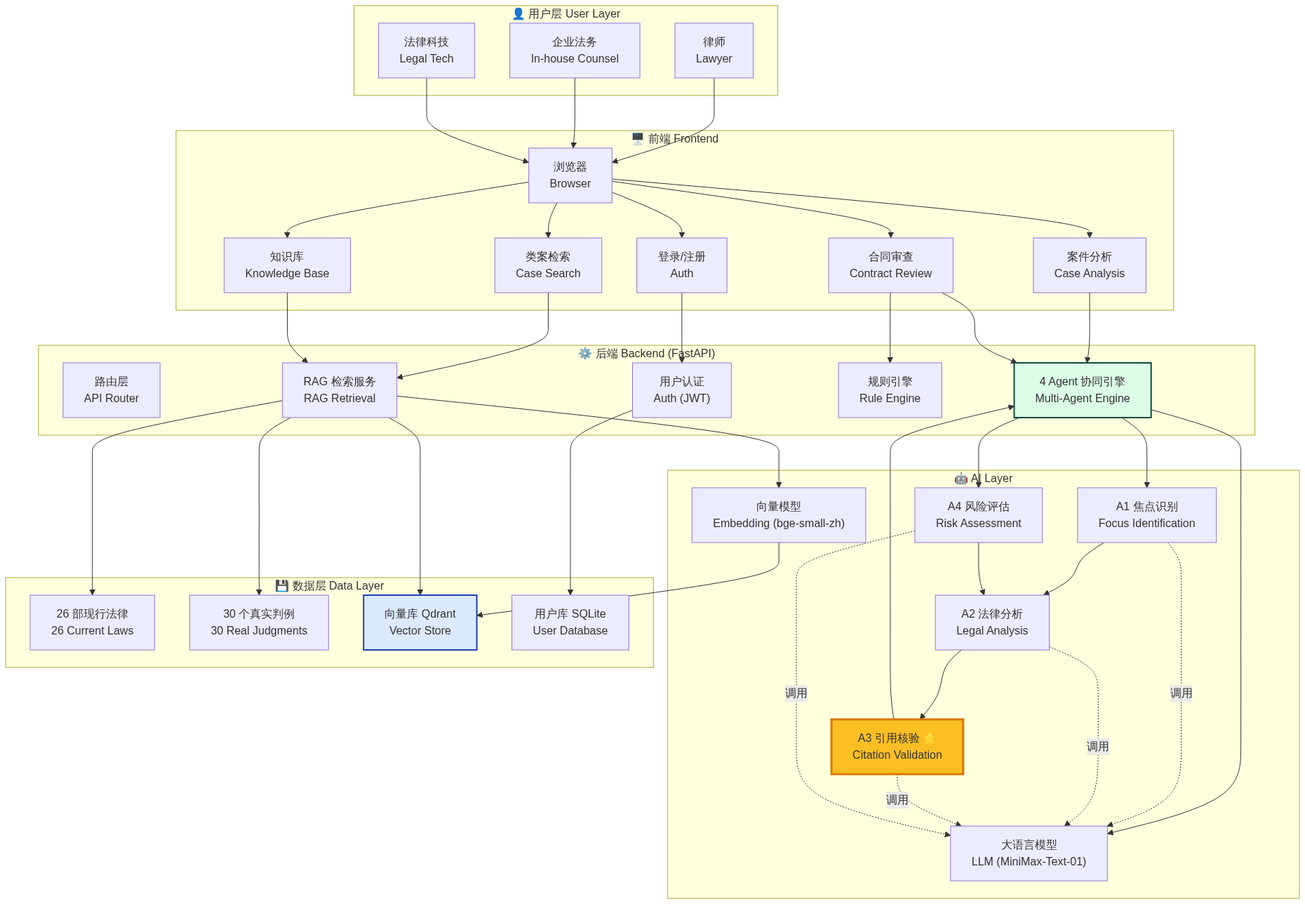
Before: docs/diagrams/png/01_overview_cn.png, a diagram exported from Mermaid (A-yiren/legal-lens). Its source is kept beside it as docs/diagrams/01_overview_cn.mmd. Its diagram source:
```mermaid
flowchart TB
    subgraph 用户层 ["👤 用户层 User Layer"]
        U1["律师<br/>Lawyer"]
        U2["企业法务<br/>In-house Counsel"]
        U3["法律科技<br/>Legal Tech"]
    end

    subgraph 前端层 ["🖥️ 前端 Frontend"]
        F1["浏览器<br/>Browser"]
        F2["登录/注册<br/>Auth"]
        F3["案件分析<br/>Case Analysis"]
        F4["类案检索<br/>Case Search"]
        F5["合同审查<br/>Contract Review"]
        F6["知识库<br/>Knowledge Base"]
    end

    subgraph 后端层 ["⚙️ 后端 Backend (FastAPI)"]
        B1["路由层<br/>API Router"]
        B2["4 Agent 协同引擎<br/>Multi-Agent Engine"]
        B3["RAG 检索服务<br/>RAG Retrieval"]
        B4["规则引擎<br/>Rule Engine"]
        B5["用户认证<br/>Auth (JWT)"]
    end

    subgraph AI 层 ["🤖 AI Layer"]
        A1["A1 焦点识别<br/>Focus Identification"]
        A2["A2 法律分析<br/>Legal Analysis"]
        A3["A3 引用核验 ⭐<br/>Citation Validation"]
        A4["A4 风险评估<br/>Risk Assessment"]
        LLM["大语言模型<br/>LLM (MiniMax-Text-01)"]
        EMB["向量模型<br/>Embedding (bge-small-zh)"]
    end

    subgraph 数据层 ["💾 数据层 Data Layer"]
        D1["26 部现行法律<br/>26 Current Laws"]
        D2["30 个真实判例<br/>30 Real Judgments"]
        D3["向量库 Qdrant<br/>Vector Store"]
        D4["用户库 SQLite<br/>User Database"]
    end

    U1 & U2 & U3 --> F1
    F1 --> F2
    F1 --> F3 & F4 & F5 & F6
    F2 --> B5
    F3 --> B2
    F4 --> B3
    F5 --> B2 & B4
    F6 --> B3

    B2 --> A1 & A4
    A1 & A4 --> A2
    A2 --> A3
    A3 --> B2

    B2 --> LLM
    A1 & A2 & A3 & A4 -.调用.-> LLM
    B3 --> EMB
    EMB --> D3
    B3 --> D3
    B3 --> D1 & D2
    B5 --> D4

    style A3 fill:#fbbf24,stroke:#d97706,stroke-width:3px
    style B2 fill:#dcfce7,stroke:#0c4a3e,stroke-width:2px
    style D3 fill:#dbeafe,stroke:#1e40af,stroke-width:2px
```
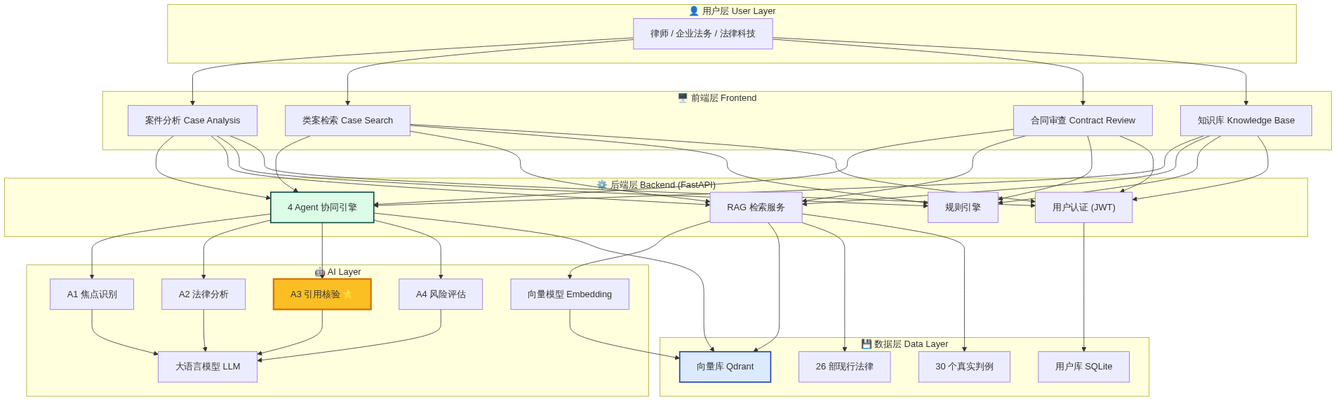
After the change.

What changed in the source:
```diff
@@ -1,65 +1,48 @@
 flowchart TB
     subgraph 用户层 ["👤 用户层 User Layer"]
-        U1["律师<br/>Lawyer"]
-        U2["企业法务<br/>In-house Counsel"]
-        U3["法律科技<br/>Legal Tech"]
+        U["律师 / 企业法务 / 法律科技"]
     end
 
-    subgraph 前端层 ["🖥️ 前端 Frontend"]
-        F1["浏览器<br/>Browser"]
-        F2["登录/注册<br/>Auth"]
-        F3["案件分析<br/>Case Analysis"]
-        F4["类案检索<br/>Case Search"]
-        F5["合同审查<br/>Contract Review"]
-        F6["知识库<br/>Knowledge Base"]
+    subgraph 前端层 ["🖥️ 前端层 Frontend"]
+        F1["案件分析 Case Analysis"]
+        F2["类案检索 Case Search"]
+        F3["合同审查 Contract Review"]
+        F4["知识库 Knowledge Base"]
     end
 
-    subgraph 后端层 ["⚙️ 后端 Backend (FastAPI)"]
-        B1["路由层<br/>API Router"]
-        B2["4 Agent 协同引擎<br/>Multi-Agent Engine"]
-        B3["RAG 检索服务<br/>RAG Retrieval"]
-        B4["规则引擎<br/>Rule Engine"]
-        B5["用户认证<br/>Auth (JWT)"]
+    subgraph 后端层 ["⚙️ 后端层 Backend (FastAPI)"]
+        B1["4 Agent 协同引擎"]
+        B2["RAG 检索服务"]
+        B3["规则引擎"]
+        B4["用户认证 (JWT)"]
     end
 
     subgraph AI 层 ["🤖 AI Layer"]
-        A1["A1 焦点识别<br/>Focus Identification"]
-        A2["A2 法律分析<br/>Legal Analysis"]
-        A3["A3 引用核验 ⭐<br/>Citation Validation"]
-        A4["A4 风险评估<br/>Risk Assessment"]
-        LLM["大语言模型<br/>LLM (MiniMax-Text-01)"]
-        EMB["向量模型<br/>Embedding (bge-small-zh)"]
+        A1A["A1 焦点识别"]
+        A2A["A2 法律分析"]
+        A3A["A3 引用核验 ⭐"]
+        A4A["A4 风险评估"]
+        LLM["大语言模型 LLM"]
+        EMB["向量模型 Embedding"]
     end
 
     subgraph 数据层 ["💾 数据层 Data Layer"]
-        D1["26 部现行法律<br/>26 Current Laws"]
-        D2["30 个真实判例<br/>30 Real Judgments"]
-        D3["向量库 Qdrant<br/>Vector Store"]
-        D4["用户库 SQLite<br/>User Database"]
+        D1["26 部现行法律"]
+        D2["30 个真实判例"]
+        D3["向量库 Qdrant"]
+        D4["用户库 SQLite"]
     end
 
-    U1 & U2 & U3 --> F1
-    F1 --> F2
-    F1 --> F3 & F4 & F5 & F6
-    F2 --> B5
-    F3 --> B2
-    F4 --> B3
-    F5 --> B2 & B4
-    F6 --> B3
+    U --> F1 & F2 & F3 & F4
+    F1 & F2 & F3 & F4 --> B1 & B2 & B3
+    B1 --> A1A & A2A & A3A & A4A
+    A1A & A2A & A3A & A4A --> LLM
+    B2 --> EMB --> D3
+    B1 & B2 --> D3
+    B2 --> D1 & D2
+    B4 --> D4
+    F1 & F2 & F3 & F4 --> B4
 
-    B2 --> A1 & A4
-    A1 & A4 --> A2
-    A2 --> A3
-    A3 --> B2
-
-    B2 --> LLM
-    A1 & A2 & A3 & A4 -.调用.-> LLM
-    B3 --> EMB
-    EMB --> D3
-    B3 --> D3
-    B3 --> D1 & D2
-    B5 --> D4
-
-    style A3 fill:#fbbf24,stroke:#d97706,stroke-width:3px
-    style B2 fill:#dcfce7,stroke:#0c4a3e,stroke-width:2px
+    style A3A fill:#fbbf24,stroke:#d97706,stroke-width:3px
+    style B1 fill:#dcfce7,stroke:#0c4a3e,stroke-width:2px
     style D3 fill:#dbeafe,stroke:#1e40af,stroke-width:2px
```
